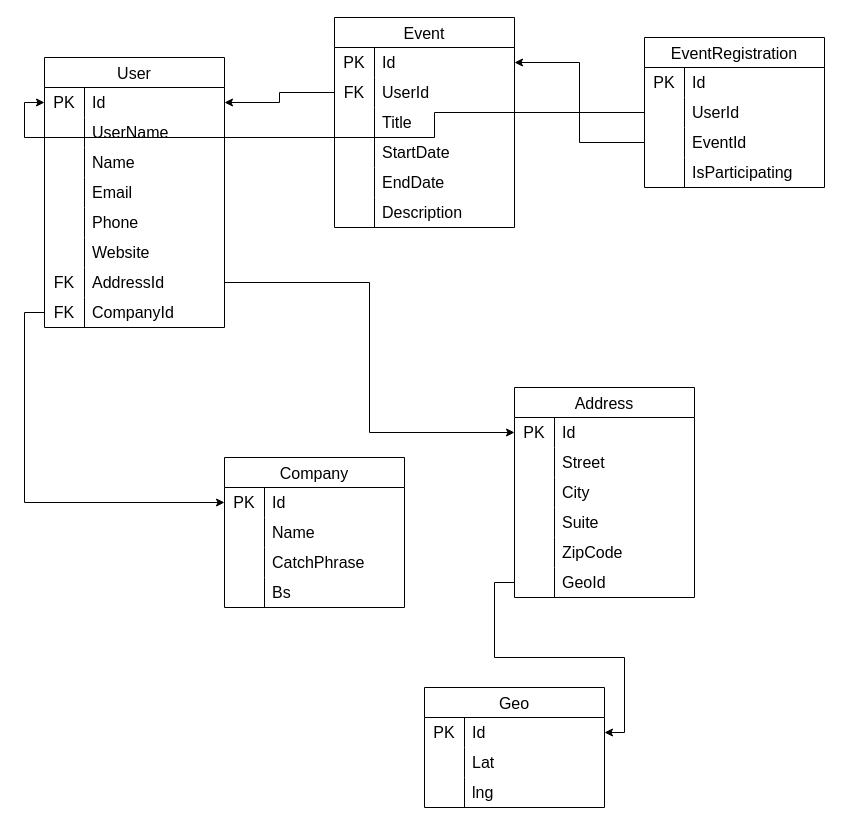
Before: Untitled Diagram.drawio in Daniel99W/Innoloft-events-challenge, a draw.io diagram. Source tidied: cells renumbered, new cells numbered last; positions are measured from the earlier drawing's top-left corner, leaving out a move shared by most shapes. Both pictures are drawn from the tidied source at 100%, with x=0, y=0 at pixel (44, 17).
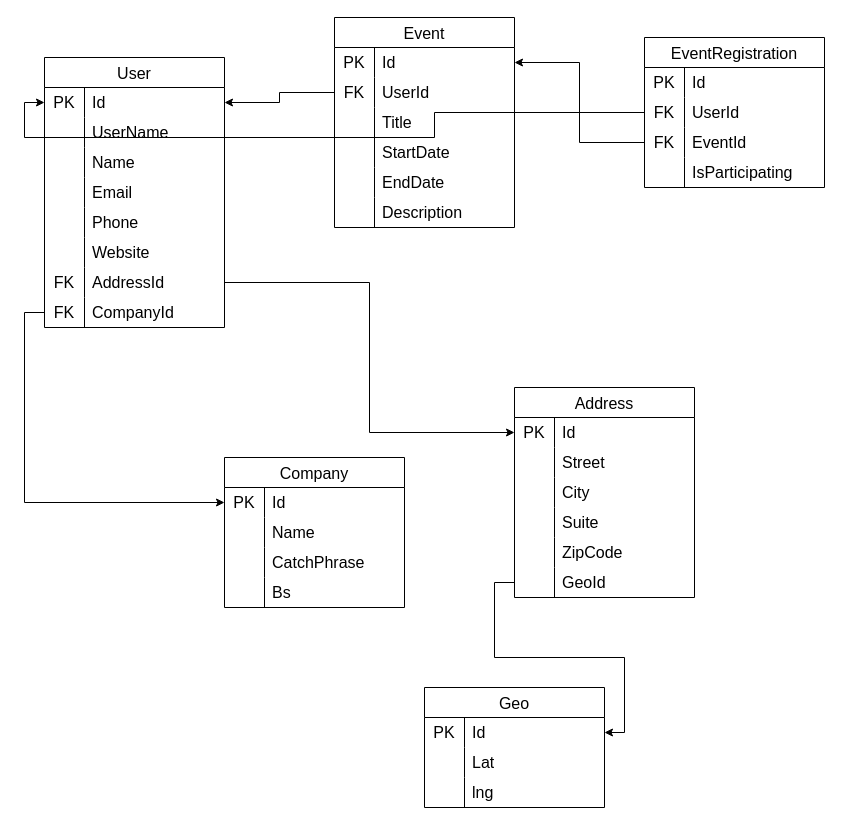
After the change.

Unchanged cells that the change refers to:
```xml
<mxCell id="95" style="shape=tableRow;horizontal=0;startSize=0;swimlaneHead=0;swimlaneBody=0;top=0;left=0;bottom=0;right=0;fillColor=none;points=[[0,0.5],[1,0.5]];portConstraint=eastwest;strokeColor=inherit;fontSize=16;" parent="91" vertex="1">
  <mxGeometry y="60" width="180" height="30" as="geometry" />
</mxCell>
<mxCell id="98" style="shape=tableRow;horizontal=0;startSize=0;swimlaneHead=0;swimlaneBody=0;top=0;left=0;bottom=0;right=0;fillColor=none;points=[[0,0.5],[1,0.5]];portConstraint=eastwest;strokeColor=inherit;fontSize=16;" parent="91" vertex="1">
  <mxGeometry y="90" width="180" height="30" as="geometry" />
</mxCell>
```

The edit, as a diff of the source:
```diff
@@
-    <mxCell id="96" style="shape=partialRectangle;html=1;whiteSpace=wrap;fillColor=none;top=0;left=0;bottom=0;right=0;overflow=hidden;strokeColor=inherit;fontSize=16;" parent="95" vertex="1">
+    <mxCell id="96" value="FK" style="shape=partialRectangle;html=1;whiteSpace=wrap;fillColor=none;top=0;left=0;bottom=0;right=0;overflow=hidden;strokeColor=inherit;fontSize=16;" parent="95" vertex="1">
       <mxGeometry width="40" height="30" as="geometry" />
     </mxCell>
@@
-    <mxCell id="99" style="shape=partialRectangle;html=1;whiteSpace=wrap;fillColor=none;top=0;left=0;bottom=0;right=0;overflow=hidden;strokeColor=inherit;fontSize=16;" parent="98" vertex="1">
+    <mxCell id="99" value="FK" style="shape=partialRectangle;html=1;whiteSpace=wrap;fillColor=none;top=0;left=0;bottom=0;right=0;overflow=hidden;strokeColor=inherit;fontSize=16;" parent="98" vertex="1">
       <mxGeometry width="40" height="30" as="geometry" />
     </mxCell>
```
